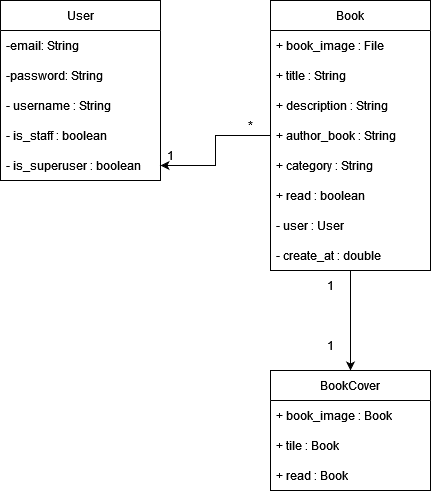
Before: diagramaDeClasses.png, a diagram exported from draw.io (ADS-Unifg/Diagramas). Source tidied: cells renumbered, new cells last; positions are measured from the earlier drawing's top-left corner, leaving out a move shared by most shapes. The source it was exported from:
```xml
<mxGraphModel>
  <root>
    <mxCell id="0" />
    <mxCell id="1" parent="0" />
    <mxCell id="2" value="User" style="swimlane;fontStyle=0;horizontal=1;startSize=30;whiteSpace=wrap;html=1;" parent="1" vertex="1">
      <mxGeometry width="160" height="180" as="geometry" />
    </mxCell>
    <mxCell id="3" value="-email: String" style="text;strokeColor=none;fillColor=none;align=left;verticalAlign=middle;spacingLeft=4;spacingRight=4;overflow=hidden;whiteSpace=wrap;html=1;" parent="2" vertex="1">
      <mxGeometry y="30" width="160" height="30" as="geometry" />
    </mxCell>
    <mxCell id="4" value="-password: String" style="text;strokeColor=none;fillColor=none;align=left;verticalAlign=middle;spacingLeft=4;spacingRight=4;overflow=hidden;whiteSpace=wrap;html=1;" parent="2" vertex="1">
      <mxGeometry y="60" width="160" height="30" as="geometry" />
    </mxCell>
    <mxCell id="5" value="- username : String" style="text;strokeColor=none;fillColor=none;align=left;verticalAlign=middle;spacingLeft=4;spacingRight=4;overflow=hidden;whiteSpace=wrap;html=1;" parent="2" vertex="1">
      <mxGeometry y="90" width="160" height="30" as="geometry" />
    </mxCell>
    <mxCell id="6" value="- is_staff : boolean" style="text;strokeColor=none;fillColor=none;align=left;verticalAlign=middle;spacingLeft=4;spacingRight=4;overflow=hidden;whiteSpace=wrap;html=1;" parent="2" vertex="1">
      <mxGeometry y="120" width="160" height="30" as="geometry" />
    </mxCell>
    <mxCell id="7" value="- is_superuser : boolean" style="text;strokeColor=none;fillColor=none;align=left;verticalAlign=middle;spacingLeft=4;spacingRight=4;overflow=hidden;points=[[0,0.5],[1,0.5]];portConstraint=eastwest;whiteSpace=wrap;html=1;" parent="2" vertex="1">
      <mxGeometry y="150" width="160" height="30" as="geometry" />
    </mxCell>
    <mxCell id="8" style="edgeStyle=orthogonalEdgeStyle;rounded=0;jettySize=auto;html=1;entryX=0.5;entryY=0;entryDx=0;entryDy=0;" parent="1" edge="1" source="10" target="19">
      <mxGeometry relative="1" as="geometry" />
    </mxCell>
    <mxCell id="9" style="edgeStyle=orthogonalEdgeStyle;rounded=0;jettySize=auto;html=1;" parent="1" edge="1" source="10" target="7">
      <mxGeometry relative="1" as="geometry" />
    </mxCell>
    <mxCell id="10" value="Book" style="swimlane;fontStyle=0;horizontal=1;startSize=30;whiteSpace=wrap;html=1;" parent="1" vertex="1">
      <mxGeometry x="270" width="160" height="270" as="geometry" />
    </mxCell>
    <mxCell id="11" value="+ book_image : File" style="text;strokeColor=none;fillColor=none;align=left;verticalAlign=middle;spacingLeft=4;spacingRight=4;overflow=hidden;whiteSpace=wrap;html=1;" parent="10" vertex="1">
      <mxGeometry y="30" width="160" height="30" as="geometry" />
    </mxCell>
    <mxCell id="12" value="+ title : String" style="text;strokeColor=none;fillColor=none;align=left;verticalAlign=middle;spacingLeft=4;spacingRight=4;overflow=hidden;whiteSpace=wrap;html=1;" parent="10" vertex="1">
      <mxGeometry y="60" width="160" height="30" as="geometry" />
    </mxCell>
    <mxCell id="13" value="+ description : String" style="text;strokeColor=none;fillColor=none;align=left;verticalAlign=middle;spacingLeft=4;spacingRight=4;overflow=hidden;points=[[0,0.5],[1,0.5]];portConstraint=eastwest;whiteSpace=wrap;html=1;" parent="10" vertex="1">
      <mxGeometry y="90" width="160" height="30" as="geometry" />
    </mxCell>
    <mxCell id="14" value="+ author_book : String" style="text;strokeColor=none;fillColor=none;align=left;verticalAlign=middle;spacingLeft=4;spacingRight=4;overflow=hidden;whiteSpace=wrap;html=1;" parent="10" vertex="1">
      <mxGeometry y="120" width="160" height="30" as="geometry" />
    </mxCell>
    <mxCell id="15" value="+ category : String" style="text;strokeColor=none;fillColor=none;align=left;verticalAlign=middle;spacingLeft=4;spacingRight=4;overflow=hidden;whiteSpace=wrap;html=1;" parent="10" vertex="1">
      <mxGeometry y="150" width="160" height="30" as="geometry" />
    </mxCell>
    <mxCell id="16" value="+ read : boolean" style="text;strokeColor=none;fillColor=none;align=left;verticalAlign=middle;spacingLeft=4;spacingRight=4;overflow=hidden;whiteSpace=wrap;html=1;" parent="10" vertex="1">
      <mxGeometry y="180" width="160" height="30" as="geometry" />
    </mxCell>
    <mxCell id="17" value="- user : User" style="text;strokeColor=none;fillColor=none;align=left;verticalAlign=middle;spacingLeft=4;spacingRight=4;overflow=hidden;whiteSpace=wrap;html=1;" parent="10" vertex="1">
      <mxGeometry y="210" width="160" height="30" as="geometry" />
    </mxCell>
    <mxCell id="18" value="- create_at : double" style="text;strokeColor=none;fillColor=none;align=left;verticalAlign=middle;spacingLeft=4;spacingRight=4;overflow=hidden;whiteSpace=wrap;html=1;" parent="10" vertex="1">
      <mxGeometry y="240" width="160" height="30" as="geometry" />
    </mxCell>
    <mxCell id="19" value="BookCover" style="swimlane;fontStyle=0;horizontal=1;startSize=30;whiteSpace=wrap;html=1;" parent="1" vertex="1">
      <mxGeometry x="270" y="370" width="160" height="120" as="geometry" />
    </mxCell>
    <mxCell id="20" value="+ book_image : Book" style="text;strokeColor=none;fillColor=none;align=left;verticalAlign=middle;spacingLeft=4;spacingRight=4;overflow=hidden;whiteSpace=wrap;html=1;" parent="19" vertex="1">
      <mxGeometry y="30" width="160" height="30" as="geometry" />
    </mxCell>
    <mxCell id="21" value="+ tile : Book" style="text;strokeColor=none;fillColor=none;align=left;verticalAlign=middle;spacingLeft=4;spacingRight=4;overflow=hidden;whiteSpace=wrap;html=1;" parent="19" vertex="1">
      <mxGeometry y="60" width="160" height="30" as="geometry" />
    </mxCell>
    <mxCell id="22" value="+ read : Book" style="text;strokeColor=none;fillColor=none;align=left;verticalAlign=middle;spacingLeft=4;spacingRight=4;overflow=hidden;whiteSpace=wrap;html=1;" parent="19" vertex="1">
      <mxGeometry y="90" width="160" height="30" as="geometry" />
    </mxCell>
    <mxCell id="23" value="*" style="text;strokeColor=none;align=center;fillColor=none;html=1;verticalAlign=middle;whiteSpace=wrap;rounded=0;" parent="1" vertex="1">
      <mxGeometry x="220" y="110" width="60" height="30" as="geometry" />
    </mxCell>
    <mxCell id="24" value="1" style="text;strokeColor=none;align=center;fillColor=none;html=1;verticalAlign=middle;whiteSpace=wrap;rounded=0;" parent="1" vertex="1">
      <mxGeometry x="140" y="140" width="60" height="30" as="geometry" />
    </mxCell>
    <mxCell id="25" value="1" style="text;strokeColor=none;align=center;fillColor=none;html=1;verticalAlign=middle;whiteSpace=wrap;rounded=0;" parent="1" vertex="1">
      <mxGeometry x="300" y="270" width="60" height="30" as="geometry" />
    </mxCell>
    <mxCell id="26" value="1" style="text;strokeColor=none;align=center;fillColor=none;html=1;verticalAlign=middle;whiteSpace=wrap;rounded=0;" parent="1" vertex="1">
      <mxGeometry x="300" y="330" width="60" height="30" as="geometry" />
    </mxCell>
  </root>
</mxGraphModel>
```
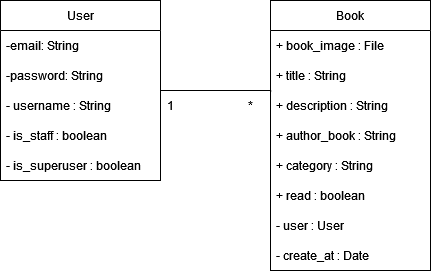
The same file after the commit.

Change to the diagram source:
```diff
@@ -2,6 +2,13 @@
   <root>
     <mxCell id="0" />
     <mxCell id="1" parent="0" />
+    <mxCell id="27" style="edgeStyle=orthogonalEdgeStyle;rounded=0;jettySize=auto;html=1;entryX=0.001;entryY=0.078;entryDx=0;entryDy=0;entryPerimeter=0;endArrow=none;endFill=0;" parent="1" edge="1" source="2" target="13">
+      <mxGeometry relative="1" as="geometry">
+        <Array as="points">
+          <mxPoint x="270" y="90" />
+        </Array>
+      </mxGeometry>
+    </mxCell>
     <mxCell id="2" value="User" style="swimlane;fontStyle=0;horizontal=1;startSize=30;whiteSpace=wrap;html=1;" parent="1" vertex="1">
       <mxGeometry width="160" height="180" as="geometry" />
     </mxCell>
@@ -20,12 +27,6 @@
     <mxCell id="7" value="- is_superuser : boolean" style="text;strokeColor=none;fillColor=none;align=left;verticalAlign=middle;spacingLeft=4;spacingRight=4;overflow=hidden;points=[[0,0.5],[1,0.5]];portConstraint=eastwest;whiteSpace=wrap;html=1;" parent="2" vertex="1">
       <mxGeometry y="150" width="160" height="30" as="geometry" />
     </mxCell>
-    <mxCell id="8" style="edgeStyle=orthogonalEdgeStyle;rounded=0;jettySize=auto;html=1;entryX=0.5;entryY=0;entryDx=0;entryDy=0;" parent="1" edge="1" source="10" target="19">
-      <mxGeometry relative="1" as="geometry" />
-    </mxCell>
-    <mxCell id="9" style="edgeStyle=orthogonalEdgeStyle;rounded=0;jettySize=auto;html=1;" parent="1" edge="1" source="10" target="7">
-      <mxGeometry relative="1" as="geometry" />
-    </mxCell>
     <mxCell id="10" value="Book" style="swimlane;fontStyle=0;horizontal=1;startSize=30;whiteSpace=wrap;html=1;" parent="1" vertex="1">
       <mxGeometry x="270" width="160" height="270" as="geometry" />
     </mxCell>
@@ -50,32 +51,14 @@
     <mxCell id="17" value="- user : User" style="text;strokeColor=none;fillColor=none;align=left;verticalAlign=middle;spacingLeft=4;spacingRight=4;overflow=hidden;whiteSpace=wrap;html=1;" parent="10" vertex="1">
       <mxGeometry y="210" width="160" height="30" as="geometry" />
     </mxCell>
-    <mxCell id="18" value="- create_at : double" style="text;strokeColor=none;fillColor=none;align=left;verticalAlign=middle;spacingLeft=4;spacingRight=4;overflow=hidden;whiteSpace=wrap;html=1;" parent="10" vertex="1">
+    <mxCell id="18" value="- create_at : Date" style="text;strokeColor=none;fillColor=none;align=left;verticalAlign=middle;spacingLeft=4;spacingRight=4;overflow=hidden;whiteSpace=wrap;html=1;" parent="10" vertex="1">
       <mxGeometry y="240" width="160" height="30" as="geometry" />
     </mxCell>
-    <mxCell id="19" value="BookCover" style="swimlane;fontStyle=0;horizontal=1;startSize=30;whiteSpace=wrap;html=1;" parent="1" vertex="1">
-      <mxGeometry x="270" y="370" width="160" height="120" as="geometry" />
-    </mxCell>
-    <mxCell id="20" value="+ book_image : Book" style="text;strokeColor=none;fillColor=none;align=left;verticalAlign=middle;spacingLeft=4;spacingRight=4;overflow=hidden;whiteSpace=wrap;html=1;" parent="19" vertex="1">
-      <mxGeometry y="30" width="160" height="30" as="geometry" />
-    </mxCell>
-    <mxCell id="21" value="+ tile : Book" style="text;strokeColor=none;fillColor=none;align=left;verticalAlign=middle;spacingLeft=4;spacingRight=4;overflow=hidden;whiteSpace=wrap;html=1;" parent="19" vertex="1">
-      <mxGeometry y="60" width="160" height="30" as="geometry" />
-    </mxCell>
-    <mxCell id="22" value="+ read : Book" style="text;strokeColor=none;fillColor=none;align=left;verticalAlign=middle;spacingLeft=4;spacingRight=4;overflow=hidden;whiteSpace=wrap;html=1;" parent="19" vertex="1">
-      <mxGeometry y="90" width="160" height="30" as="geometry" />
-    </mxCell>
     <mxCell id="23" value="*" style="text;strokeColor=none;align=center;fillColor=none;html=1;verticalAlign=middle;whiteSpace=wrap;rounded=0;" parent="1" vertex="1">
-      <mxGeometry x="220" y="110" width="60" height="30" as="geometry" />
+      <mxGeometry x="220" y="90" width="60" height="30" as="geometry" />
     </mxCell>
     <mxCell id="24" value="1" style="text;strokeColor=none;align=center;fillColor=none;html=1;verticalAlign=middle;whiteSpace=wrap;rounded=0;" parent="1" vertex="1">
-      <mxGeometry x="140" y="140" width="60" height="30" as="geometry" />
+      <mxGeometry x="140" y="90" width="60" height="30" as="geometry" />
     </mxCell>
-    <mxCell id="25" value="1" style="text;strokeColor=none;align=center;fillColor=none;html=1;verticalAlign=middle;whiteSpace=wrap;rounded=0;" parent="1" vertex="1">
-      <mxGeometry x="300" y="270" width="60" height="30" as="geometry" />
-    </mxCell>
-    <mxCell id="26" value="1" style="text;strokeColor=none;align=center;fillColor=none;html=1;verticalAlign=middle;whiteSpace=wrap;rounded=0;" parent="1" vertex="1">
-      <mxGeometry x="300" y="330" width="60" height="30" as="geometry" />
-    </mxCell>
   </root>
 </mxGraphModel>
```
